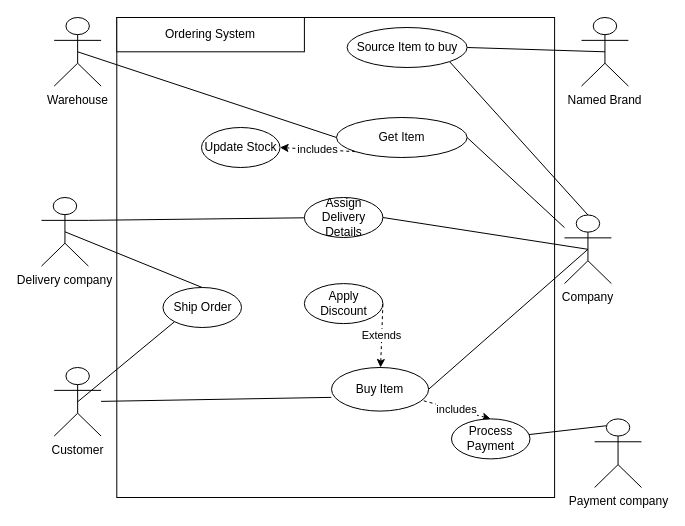
Earlier version of the draw.io diagram week1/Online Shop UML.drawio (Darren-ODonnell/BusinessModellingDiagrams). Source tidied: cells renumbered, new cells numbered last; positions are measured from the earlier drawing's top-left corner, leaving out a move shared by most shapes. Both pictures are drawn from the tidied source at 100%, with x=0, y=0 at pixel (41, 17).
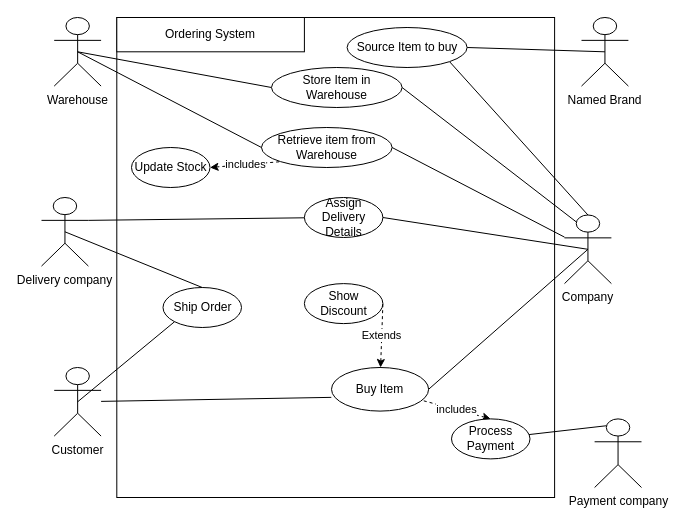
After the change.

Unchanged cells that the change refers to:
```xml
<mxCell id="3" value="Company" style="shape=umlActor;verticalLabelPosition=bottom;verticalAlign=top;html=1;outlineConnect=0;" parent="1" vertex="1">
  <mxGeometry x="523" y="197.5" width="46.9" height="68.6" as="geometry" />
</mxCell>
<mxCell id="6" value="Warehouse" style="shape=umlActor;verticalLabelPosition=bottom;verticalAlign=top;html=1;outlineConnect=0;" parent="1" vertex="1">
  <mxGeometry x="12.7" width="46.9" height="68.6" as="geometry" />
</mxCell>
```

Change to the diagram source:
```diff
@@
+    <mxCell id="7" style="rounded=0;whiteSpace=wrap;html=1;" parent="1" vertex="1">
+      <mxGeometry x="75.3" width="437.8" height="480" as="geometry" />
+    </mxCell>
@@
+    <mxCell id="32" style="edgeStyle=none;rounded=0;jettySize=auto;html=1;exitX=0.25;exitY=0.1;exitDx=0;exitDy=0;exitPerimeter=0;entryX=1;entryY=0.5;entryDx=0;entryDy=0;endArrow=none;endFill=0;" parent="1" edge="1" source="3" target="34">
+      <mxGeometry relative="1" as="geometry" />
+    </mxCell>
@@
-    <mxCell id="7" style="rounded=0;whiteSpace=wrap;html=1;" parent="1" vertex="1">
-      <mxGeometry x="75.3" width="437.8" height="480" as="geometry" />
-    </mxCell>
@@
-    <mxCell id="11" value="Get Item" style="ellipse;whiteSpace=wrap;html=1;" parent="1" vertex="1">
-      <mxGeometry x="295" y="100" width="130.6" height="40" as="geometry" />
+    <mxCell id="11" value="Retrieve item from Warehouse" style="ellipse;whiteSpace=wrap;html=1;" parent="1" vertex="1">
+      <mxGeometry x="220" y="110" width="130.6" height="40" as="geometry" />
     </mxCell>
@@
-    <mxCell id="13" value="Apply Discount" style="ellipse;whiteSpace=wrap;html=1;" parent="1" vertex="1">
+    <mxCell id="13" value="Show Discount" style="ellipse;whiteSpace=wrap;html=1;" parent="1" vertex="1">
       <mxGeometry x="262.9" y="266.1" width="78.5" height="40" as="geometry" />
     </mxCell>
@@
     <mxCell id="18" value="Update Stock" style="ellipse;whiteSpace=wrap;html=1;" parent="1" vertex="1">
-      <mxGeometry x="160" y="110" width="78.5" height="40" as="geometry" />
+      <mxGeometry x="90" y="130" width="78.5" height="40" as="geometry" />
     </mxCell>
@@
+    <mxCell id="33" style="edgeStyle=none;rounded=0;jettySize=auto;html=1;exitX=0;exitY=0.5;exitDx=0;exitDy=0;entryX=0.5;entryY=0.5;entryDx=0;entryDy=0;entryPerimeter=0;endArrow=none;endFill=0;" parent="1" edge="1" source="34" target="6">
+      <mxGeometry relative="1" as="geometry" />
+    </mxCell>
+    <mxCell id="34" value="Store Item in Warehouse" style="ellipse;whiteSpace=wrap;html=1;" parent="1" vertex="1">
+      <mxGeometry x="230" y="50" width="130.6" height="40" as="geometry" />
+    </mxCell>
```
